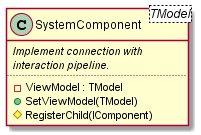
Above: docs/diagrams/component-system.png in akobr/blazor.widgetised (PlantUML), before the change.
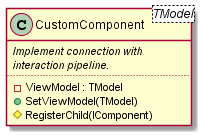
After the commit.

The edit, as a diff of the source:
```diff
@@ -1,6 +1,6 @@
 @startuml component-system
 
-class SystemComponent<TModel> {
+class CustomComponent<TModel> {
     <i>Implement connection with</i>
     <i>interaction pipeline.</i>
     ..
```
